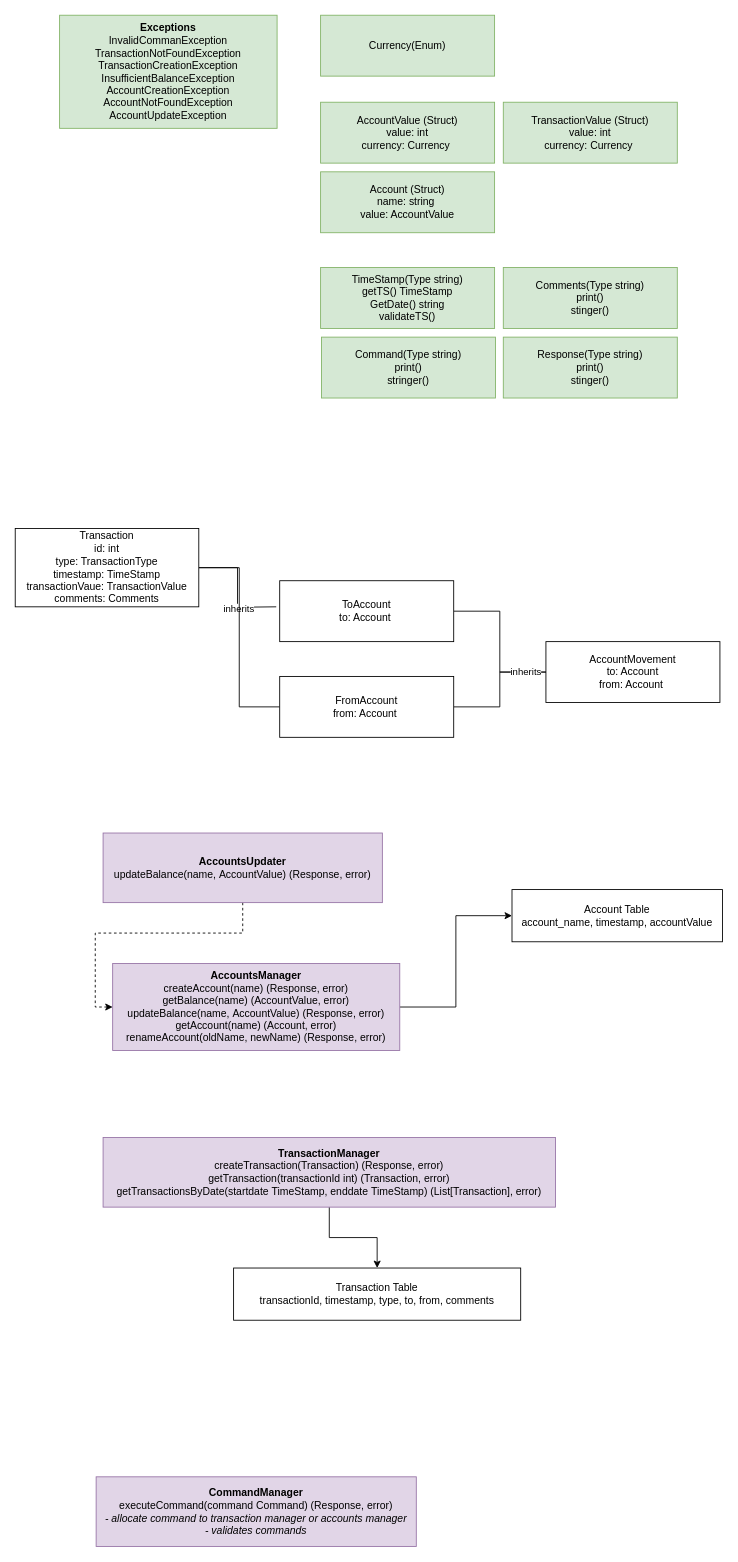
Earlier version of the draw.io diagram page "LLD" (2 of 3) of architecture/personal_finance_utility.drawio (pogo420/persofin). Source tidied: cells renumbered, new cells numbered last; positions are measured from the earlier drawing's top-left corner, leaving out a move shared by most shapes. Both pictures are drawn from the tidied source at 87%, with x=0, y=0 at pixel (15, 15).
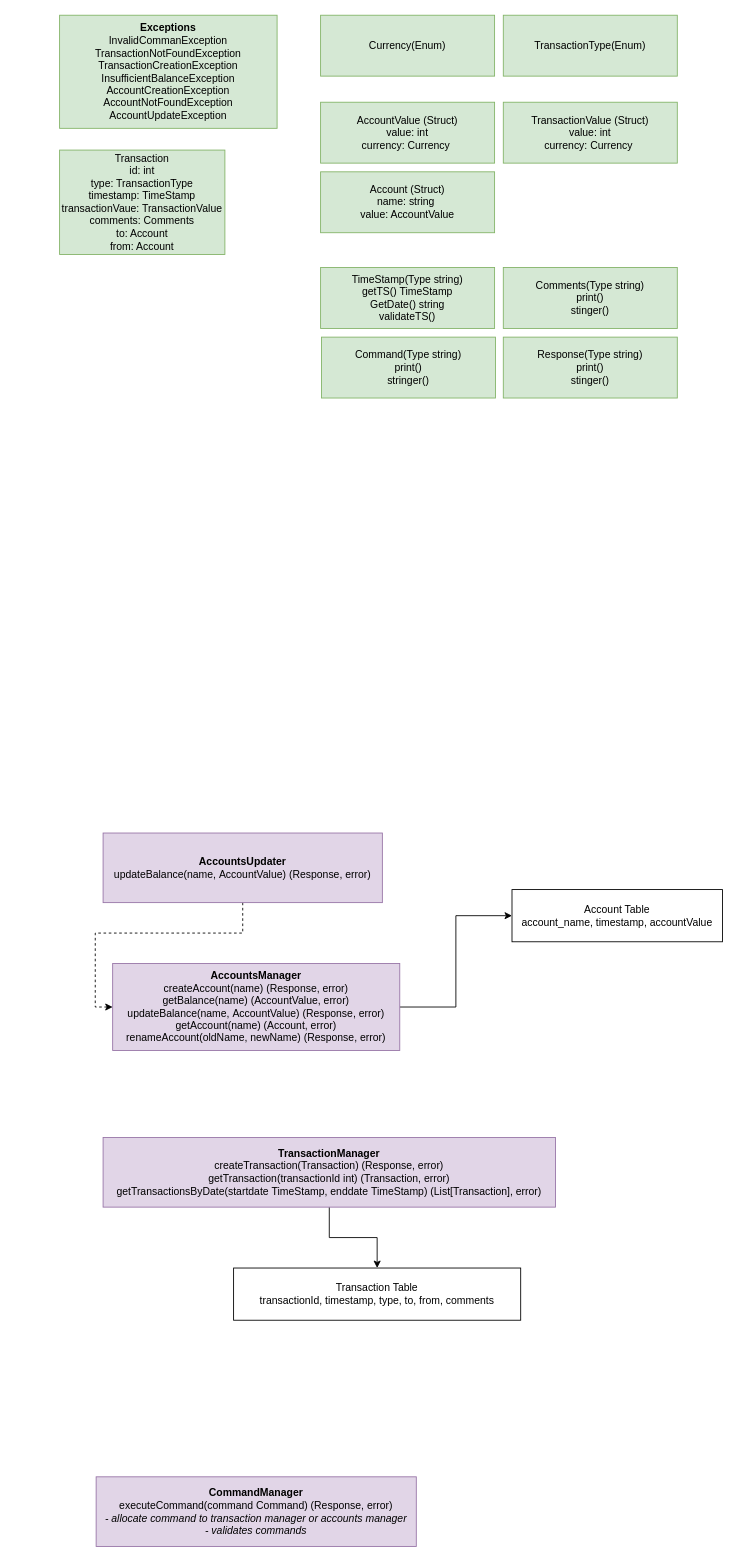
Above is the later version.

Change to the diagram source:
```diff
@@
-    <mxCell id="2" style="edgeStyle=orthogonalEdgeStyle;rounded=0;jettySize=auto;html=1;endArrow=none;endFill=0;" parent="1" edge="1" source="5">
-      <mxGeometry relative="1" as="geometry">
-        <mxPoint x="300" y="680" as="targetPoint" />
-      </mxGeometry>
-    </mxCell>
-    <mxCell id="3" value="inherits" style="edgeLabel;html=1;align=center;verticalAlign=middle;" parent="2" vertex="1">
-      <mxGeometry x="0.12" y="1" relative="1" as="geometry">
-        <mxPoint y="17" as="offset" />
-      </mxGeometry>
-    </mxCell>
-    <mxCell id="4" style="edgeStyle=orthogonalEdgeStyle;rounded=0;jettySize=auto;html=1;entryX=0;entryY=0.5;entryDx=0;entryDy=0;endArrow=none;endFill=0;" parent="1" edge="1" source="5" target="11">
-      <mxGeometry relative="1" as="geometry" />
-    </mxCell>
-    <mxCell id="5" value="Transaction&lt;br&gt;id: int&lt;br&gt;type: TransactionType&lt;br&gt;timestamp: TimeStamp&lt;br&gt;transactionVaue: TransactionValue&lt;br&gt;comments: Comments" style="rounded=0;whiteSpace=wrap;html=1;" parent="1" vertex="1">
-      <mxGeometry y="590" width="211" height="90" as="geometry" />
+    <mxCell id="5" value="Transaction&lt;br&gt;id: int&lt;br&gt;type: TransactionType&lt;br&gt;timestamp: TimeStamp&lt;br&gt;transactionVaue: TransactionValue&lt;br&gt;comments: Comments&lt;br&gt;to: Account&lt;br&gt;from: Account" style="rounded=0;whiteSpace=wrap;html=1;fillColor=#d5e8d4;strokeColor=#82b366;" parent="1" vertex="1">
+      <mxGeometry x="51" y="155" width="190" height="120" as="geometry" />
     </mxCell>
-    <mxCell id="6" value="AccountMovement&lt;br&gt;to: Account&lt;br&gt;from: Account&amp;nbsp;&lt;br&gt;" style="rounded=0;whiteSpace=wrap;html=1;" parent="1" vertex="1">
-      <mxGeometry x="610" y="720" width="200" height="70" as="geometry" />
-    </mxCell>
-    <mxCell id="7" style="edgeStyle=orthogonalEdgeStyle;rounded=0;jettySize=auto;html=1;entryX=0;entryY=0.5;entryDx=0;entryDy=0;endArrow=none;endFill=0;" parent="1" edge="1" source="8" target="6">
-      <mxGeometry relative="1" as="geometry" />
-    </mxCell>
-    <mxCell id="8" value="ToAccount&lt;br&gt;to: Account&amp;nbsp;" style="rounded=0;whiteSpace=wrap;html=1;" parent="1" vertex="1">
-      <mxGeometry x="304" y="650" width="200" height="70" as="geometry" />
-    </mxCell>
-    <mxCell id="9" style="edgeStyle=orthogonalEdgeStyle;rounded=0;jettySize=auto;html=1;entryX=0;entryY=0.5;entryDx=0;entryDy=0;endArrow=none;endFill=0;" parent="1" edge="1" source="11" target="6">
-      <mxGeometry relative="1" as="geometry" />
-    </mxCell>
-    <mxCell id="10" value="inherits" style="edgeLabel;html=1;align=center;verticalAlign=middle;" parent="9" vertex="1">
-      <mxGeometry x="0.67" y="1" relative="1" as="geometry" />
-    </mxCell>
-    <mxCell id="11" value="FromAccount&lt;br&gt;from: Account&amp;nbsp;" style="rounded=0;whiteSpace=wrap;html=1;" parent="1" vertex="1">
-      <mxGeometry x="304" y="760" width="200" height="70" as="geometry" />
-    </mxCell>
@@
+    <mxCell id="30" value="TransactionType(Enum)" style="rounded=0;whiteSpace=wrap;html=1;fillColor=#d5e8d4;strokeColor=#82b366;" parent="1" vertex="1">
+      <mxGeometry x="561" width="200" height="70" as="geometry" />
+    </mxCell>
```
